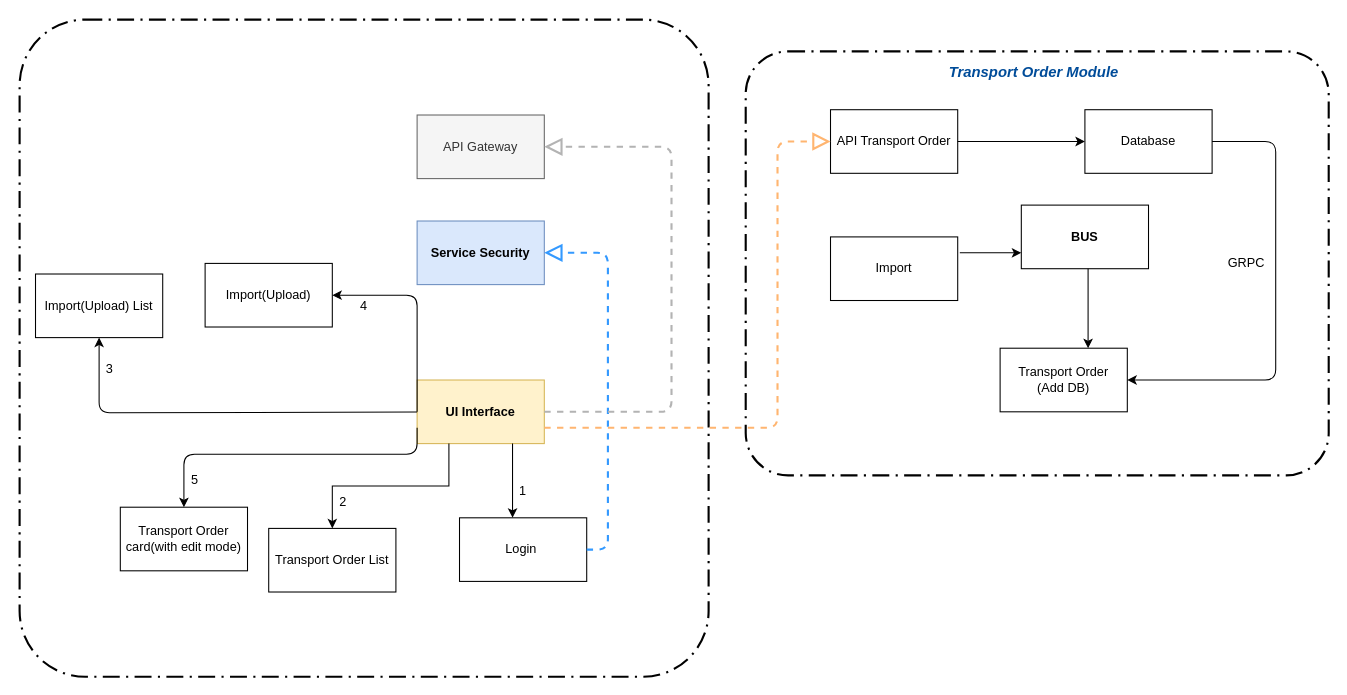
This is TO diagram.drawio from annastazi02/diagrams, a draw.io file, before an edit. Source tidied: cells renumbered, new cells numbered last; positions are measured from the earlier drawing's top-left corner, leaving out a move shared by most shapes. Both pictures are drawn from the tidied source at 106%, with x=0, y=0 at pixel (19, 19).
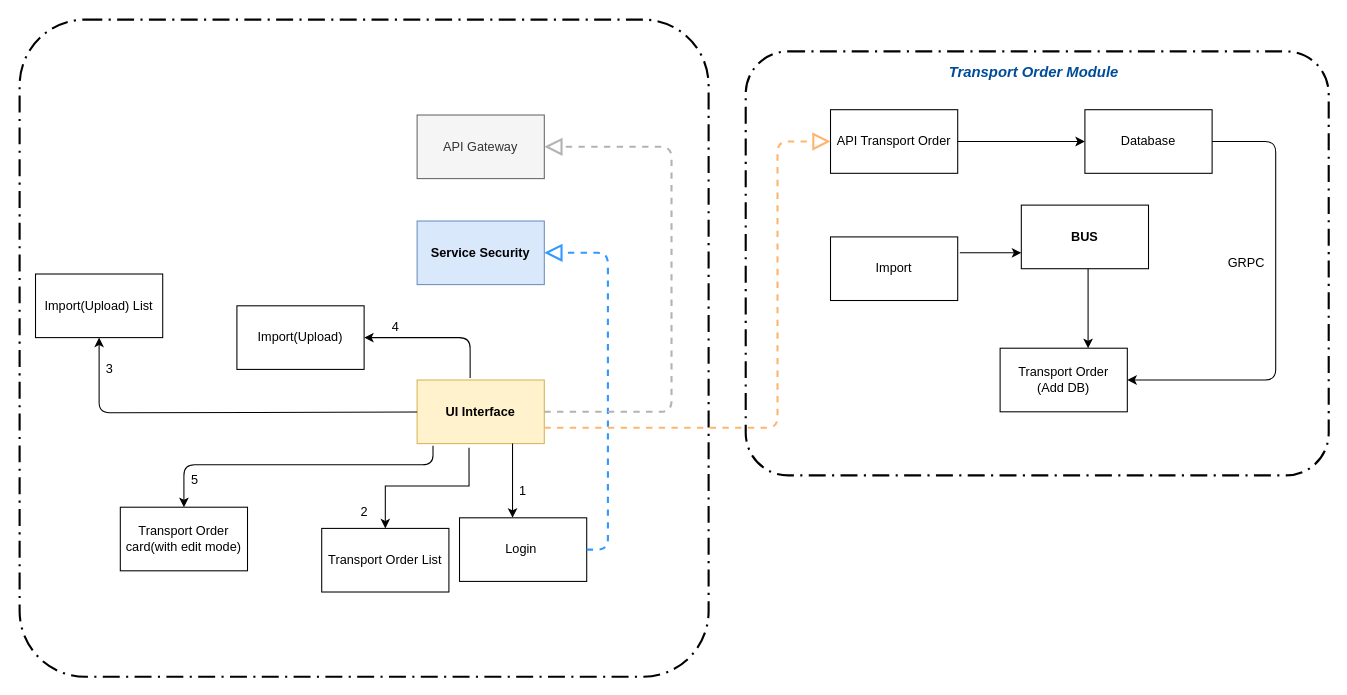
Above is the later version.

The change refers to these unchanged cells:
```xml
<mxCell id="6" value="&lt;b&gt;UI Interface&lt;/b&gt;" style="rounded=0;whiteSpace=wrap;html=1;fillColor=#fff2cc;strokeColor=#d6b656;" parent="1" vertex="1">
  <mxGeometry x="375" y="340" width="120" height="60" as="geometry" />
</mxCell>
<mxCell id="7" value="Transport Order card(with edit mode)" style="rounded=0;whiteSpace=wrap;html=1;" parent="1" vertex="1">
  <mxGeometry x="95" y="460" width="120" height="60" as="geometry" />
</mxCell>
```

The edit, as a diff of the source:
```diff
@@
-    <mxCell id="8" style="edgeStyle=orthogonalEdgeStyle;rounded=0;jettySize=auto;html=1;exitX=0.25;exitY=1;exitDx=0;exitDy=0;" parent="1" edge="1" source="6" target="9">
+    <mxCell id="8" style="edgeStyle=orthogonalEdgeStyle;rounded=0;jettySize=auto;html=1;exitX=0.408;exitY=1.067;exitDx=0;exitDy=0;exitPerimeter=0;" parent="1" edge="1" source="6" target="9">
       <mxGeometry relative="1" as="geometry" />
     </mxCell>
     <mxCell id="9" value="Transport Order List" style="rounded=0;whiteSpace=wrap;html=1;" parent="1" vertex="1">
-      <mxGeometry x="235" y="480" width="120" height="60" as="geometry" />
+      <mxGeometry x="285" y="480" width="120" height="60" as="geometry" />
     </mxCell>
@@
     <mxCell id="12" value="Import(Upload)" style="rounded=0;whiteSpace=wrap;html=1;" parent="1" vertex="1">
-      <mxGeometry x="175" y="230" width="120" height="60" as="geometry" />
+      <mxGeometry x="205" y="270" width="120" height="60" as="geometry" />
     </mxCell>
-    <mxCell id="13" style="endArrow=classic;html=1;exitX=0;exitY=0.5;exitDx=0;exitDy=0;entryX=1;entryY=0.5;entryDx=0;entryDy=0;" parent="1" edge="1" source="6" target="12">
+    <mxCell id="13" style="endArrow=classic;html=1;entryX=1;entryY=0.5;entryDx=0;entryDy=0;exitX=0.417;exitY=-0.033;exitDx=0;exitDy=0;exitPerimeter=0;" parent="1" edge="1" source="6" target="12">
       <mxGeometry relative="1" as="geometry">
         <Array as="points">
-          <mxPoint x="375" y="260" />
+          <mxPoint x="425" y="300" />
+          <mxPoint x="375" y="300" />
         </Array>
       </mxGeometry>
     </mxCell>
@@
-    <mxCell id="16" style="endArrow=classic;html=1;exitX=0;exitY=0.75;exitDx=0;exitDy=0;entryX=0.5;entryY=0;entryDx=0;entryDy=0;" parent="1" edge="1" source="6" target="7">
+    <mxCell id="16" style="endArrow=classic;html=1;exitX=0.125;exitY=1.033;exitDx=0;exitDy=0;entryX=0.5;entryY=0;entryDx=0;entryDy=0;exitPerimeter=0;" parent="1" edge="1" source="6" target="7">
       <mxGeometry relative="1" as="geometry">
         <Array as="points">
-          <mxPoint x="375" y="410" />
-          <mxPoint x="155" y="410" />
+          <mxPoint x="390" y="420" />
+          <mxPoint x="155" y="420" />
         </Array>
       </mxGeometry>
     </mxCell>
@@
     <mxCell id="20" value="4" style="text;html=1;strokeColor=none;fillColor=none;align=center;verticalAlign=middle;whiteSpace=wrap;rounded=0;" parent="1" vertex="1">
-      <mxGeometry x="305" y="260" width="40" height="20" as="geometry" />
+      <mxGeometry x="335" y="280" width="40" height="20" as="geometry" />
     </mxCell>
@@
     <mxCell id="22" value="2" style="text;html=1;align=center;verticalAlign=middle;" parent="1" vertex="1">
-      <mxGeometry x="295" y="445" width="20" height="20" as="geometry" />
+      <mxGeometry x="315" y="455" width="20" height="20" as="geometry" />
     </mxCell>
```
